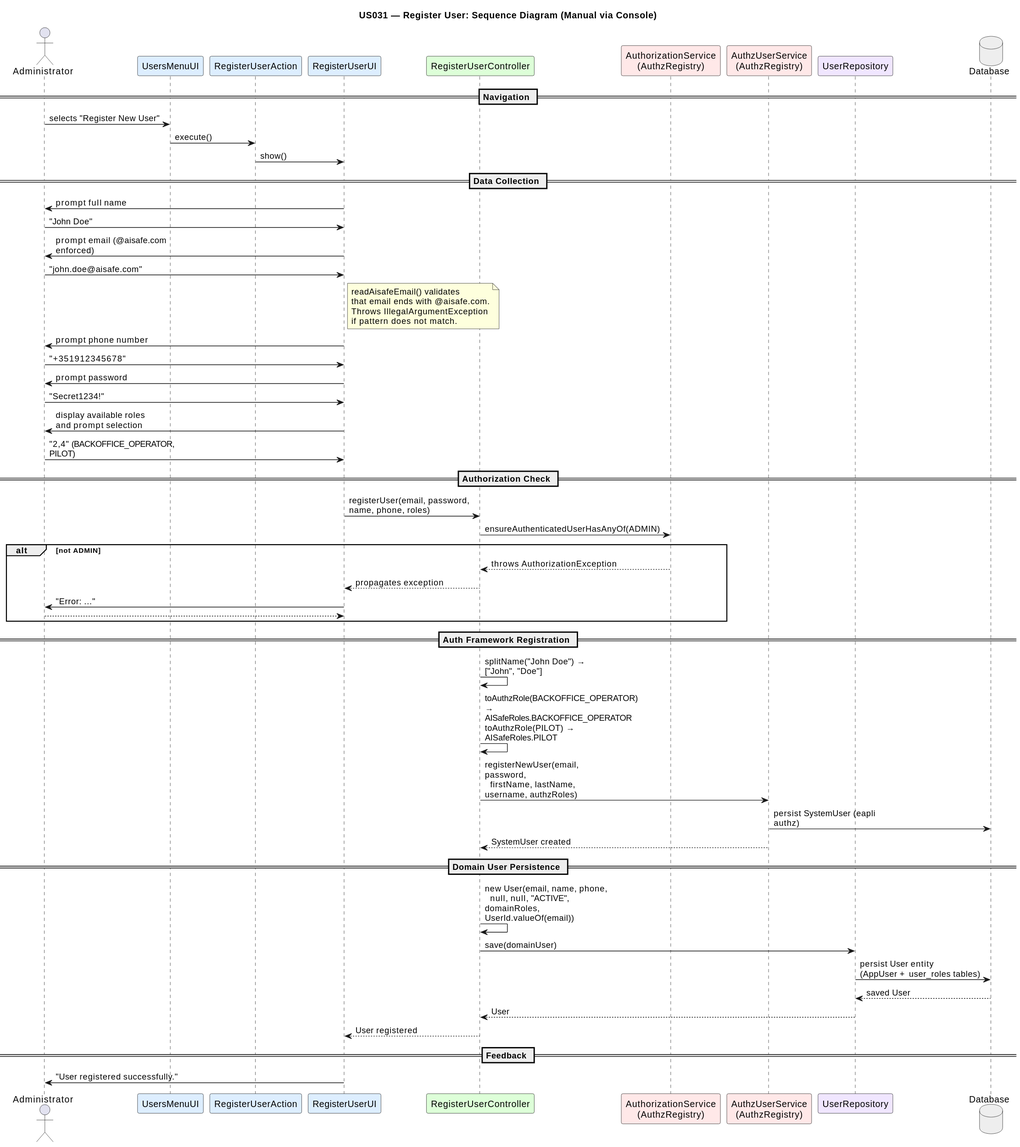
Before: docs/US031/sequence-register-user.svg, a diagram exported from PlantUML (fardeenmunaf/aicontrol-flight-management).
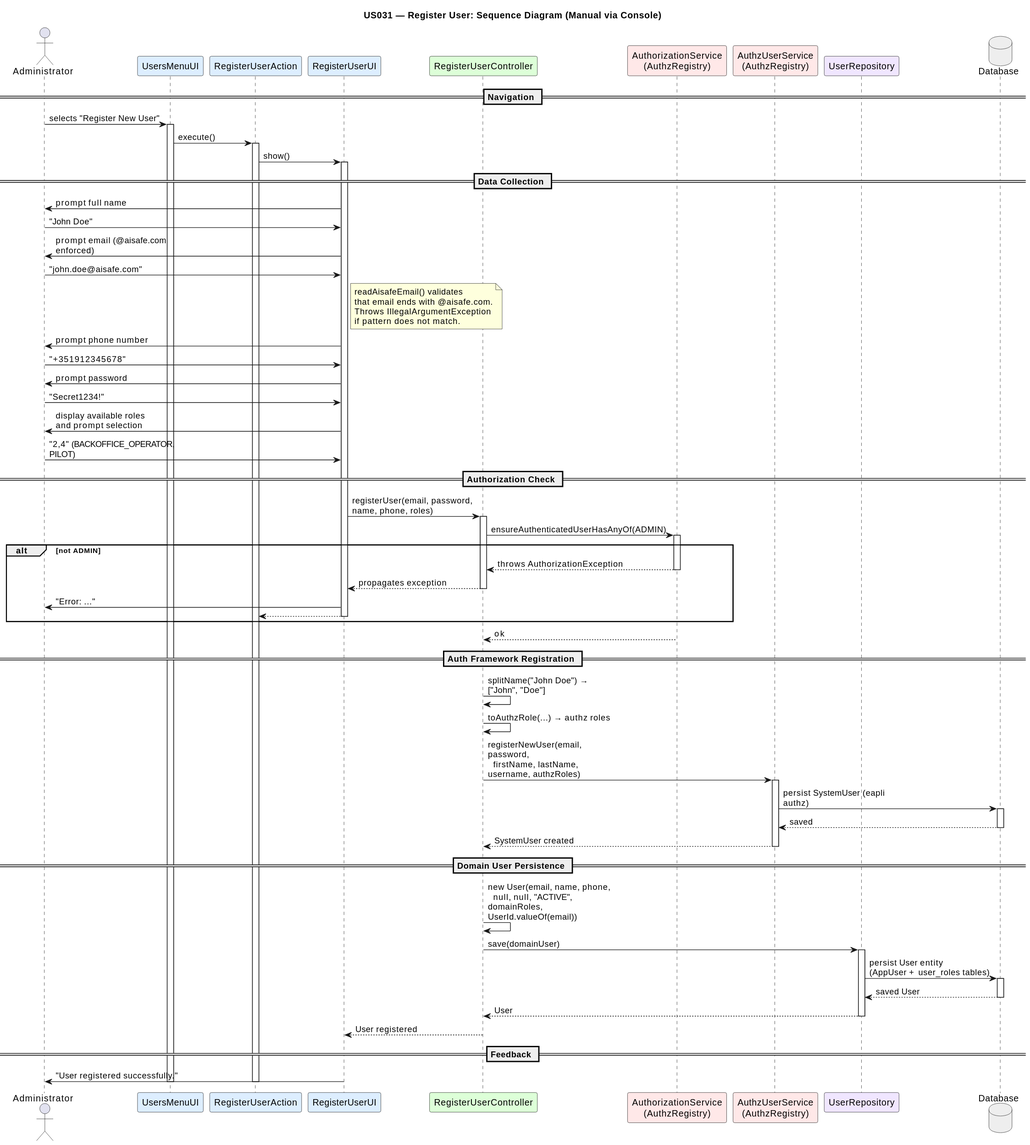
Above is the later version.

The edit, as a diff of the source:
```diff
@@ -17,9 +17,9 @@
 
 == Navigation ==
 
-Admin -> MenuUI : selects "Register New User"
-MenuUI -> Action : execute()
-Action -> UI : show()
+Admin -> MenuUI ++ : selects "Register New User"
+MenuUI -> Action ++ : execute()
+Action -> UI ++ : show()
 
 == Data Collection ==
 
@@ -46,37 +46,42 @@
 
 == Authorization Check ==
 
-UI -> Ctrl : registerUser(email, password, name, phone, roles)
+UI -> Ctrl ++ : registerUser(email, password, name, phone, roles)
 
-Ctrl -> Authz : ensureAuthenticatedUserHasAnyOf(ADMIN)
+Ctrl -> Authz ++ : ensureAuthenticatedUserHasAnyOf(ADMIN)
 alt not ADMIN
-    Authz --> Ctrl : throws AuthorizationException
-    Ctrl --> UI : propagates exception
+    Authz --> Ctrl -- : throws AuthorizationException
+    Ctrl --> UI -- : propagates exception
     UI -> Admin : "Error: ..."
     return
 end
+Authz --> Ctrl -- : ok
 
 == Auth Framework Registration ==
 
 Ctrl -> Ctrl : splitName("John Doe") → ["John", "Doe"]
-Ctrl -> Ctrl : toAuthzRole(BACKOFFICE_OPERATOR) → AISafeRoles.BACKOFFICE_OPERATOR\ntoAuthzRole(PILOT) → AISafeRoles.PILOT
+Ctrl -> Ctrl : toAuthzRole(...) → authz roles
 
-Ctrl -> AuthzSvc : registerNewUser(email, password,\n  firstName, lastName, username, authzRoles)
-AuthzSvc -> DB : persist SystemUser (eapli authz)
-AuthzSvc --> Ctrl : SystemUser created
+Ctrl -> AuthzSvc ++ : registerNewUser(email, password,\n  firstName, lastName, username, authzRoles)
+AuthzSvc -> DB ++ : persist SystemUser (eapli authz)
+DB --> AuthzSvc -- : saved
+AuthzSvc --> Ctrl -- : SystemUser created
 
 == Domain User Persistence ==
 
 Ctrl -> Ctrl : new User(email, name, phone,\n  null, null, "ACTIVE", domainRoles, UserId.valueOf(email))
 
-Ctrl -> Repo : save(domainUser)
-Repo -> DB : persist User entity\n(AppUser + user_roles tables)
-DB --> Repo : saved User
-Repo --> Ctrl : User
+Ctrl -> Repo ++ : save(domainUser)
+Repo -> DB ++ : persist User entity\n(AppUser + user_roles tables)
+DB --> Repo -- : saved User
+Repo --> Ctrl -- : User
 
-Ctrl --> UI : User registered
+Ctrl --> UI -- : User registered
 
 == Feedback ==
 
 UI -> Admin : "User registered successfully."
+deactivate UI
+deactivate Action
+deactivate MenuUI
 @enduml
```
